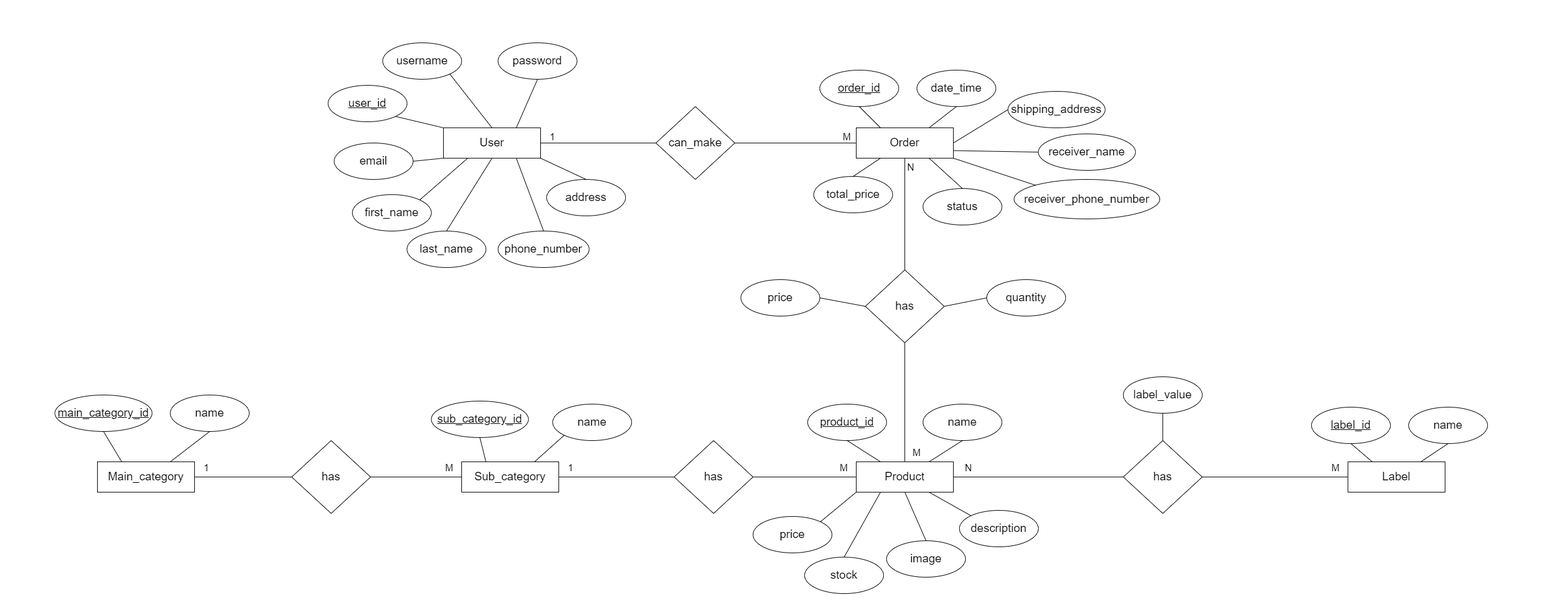
Before: Database Management/ER Diagram.png, a diagram exported from draw.io (Kasun-Abeywickrama/DEA-Project). Source tidied: cells renumbered, new cells last; positions are measured from the earlier drawing's top-left corner, leaving out a move shared by most shapes.
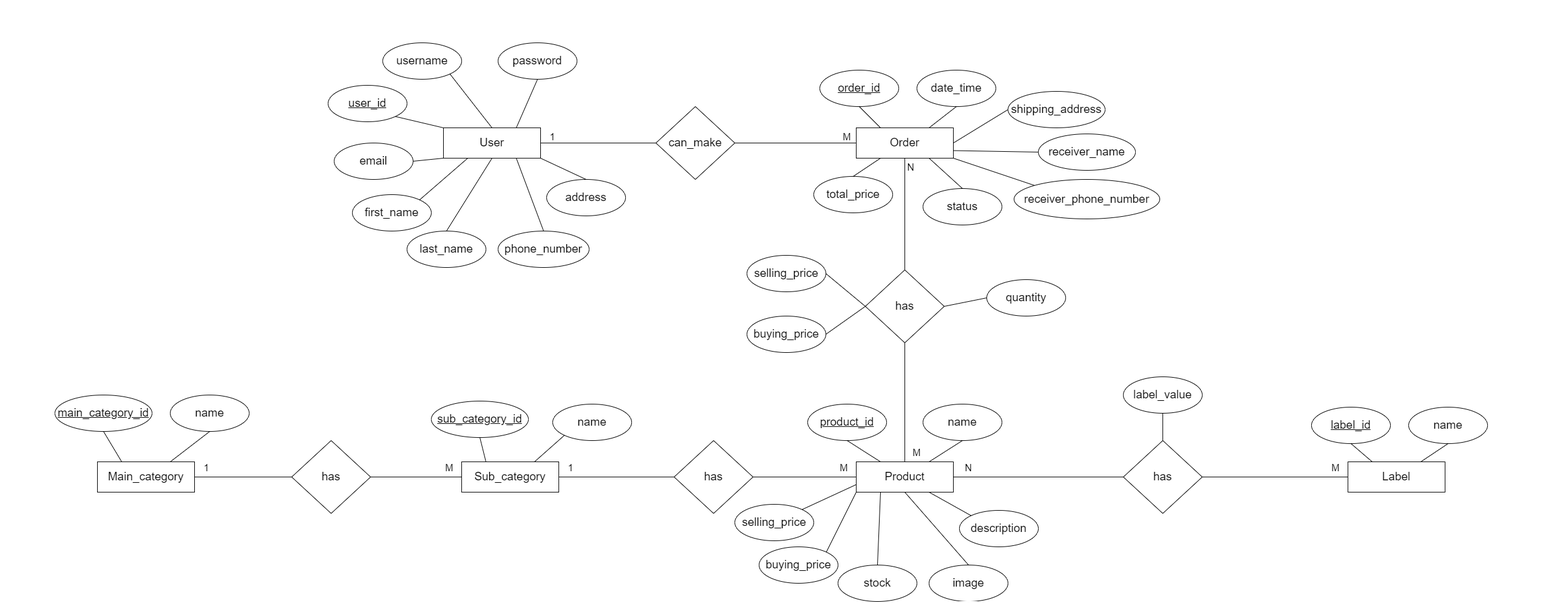
Later version of the same file.

Change to the diagram source:
```diff
@@ -149,8 +149,8 @@
     <mxCell id="50" style="endArrow=none;html=1;rounded=0;exitX=0.5;exitY=0;exitDx=0;exitDy=0;entryX=0.25;entryY=1;entryDx=0;entryDy=0;" parent="1" edge="1" source="43" target="6">
       <mxGeometry relative="1" as="geometry" />
     </mxCell>
-    <mxCell id="51" value="&lt;font style=&quot;font-size: 19px;&quot;&gt;price&lt;/font&gt;" style="ellipse;whiteSpace=wrap;html=1;" parent="1" vertex="1">
-      <mxGeometry x="1240" y="850" width="130" height="60" as="geometry" />
+    <mxCell id="51" value="&lt;font style=&quot;font-size: 19px;&quot;&gt;buying_price&lt;/font&gt;" style="ellipse;whiteSpace=wrap;html=1;" parent="1" vertex="1">
+      <mxGeometry x="1250" y="900" width="130" height="60" as="geometry" />
     </mxCell>
     <mxCell id="52" value="&lt;font style=&quot;font-size: 19px;&quot;&gt;description&lt;/font&gt;" style="ellipse;whiteSpace=wrap;html=1;" parent="1" vertex="1">
       <mxGeometry x="1580" y="840" width="130" height="60" as="geometry" />
@@ -162,7 +162,7 @@
       <mxGeometry x="1330" y="665" width="130" height="60" as="geometry" />
     </mxCell>
     <mxCell id="55" value="&lt;font style=&quot;font-size: 19px;&quot;&gt;image&lt;/font&gt;" style="ellipse;whiteSpace=wrap;html=1;" parent="1" vertex="1">
-      <mxGeometry x="1460" y="890" width="130" height="60" as="geometry" />
+      <mxGeometry x="1530" y="930" width="130" height="60" as="geometry" />
     </mxCell>
     <mxCell id="56" style="endArrow=none;html=1;rounded=0;entryX=0.5;entryY=1;entryDx=0;entryDy=0;exitX=0.5;exitY=0;exitDx=0;exitDy=0;" parent="1" edge="1" source="55" target="3">
       <mxGeometry relative="1" as="geometry" />
@@ -275,8 +275,8 @@
     <mxCell id="88" style="endArrow=none;html=1;rounded=0;exitX=1;exitY=0.5;exitDx=0;exitDy=0;entryX=0;entryY=0.5;entryDx=0;entryDy=0;" parent="1" edge="1" source="6" target="87">
       <mxGeometry relative="1" as="geometry" />
     </mxCell>
-    <mxCell id="89" value="&lt;font style=&quot;font-size: 19px;&quot;&gt;price&lt;/font&gt;" style="ellipse;whiteSpace=wrap;html=1;" parent="1" vertex="1">
-      <mxGeometry x="1220" y="460" width="130" height="60" as="geometry" />
+    <mxCell id="89" value="&lt;font style=&quot;font-size: 19px;&quot;&gt;buying_price&lt;/font&gt;" style="ellipse;whiteSpace=wrap;html=1;" parent="1" vertex="1">
+      <mxGeometry x="1230" y="520" width="130" height="60" as="geometry" />
     </mxCell>
     <mxCell id="90" style="endArrow=none;html=1;rounded=0;exitX=0;exitY=0.5;exitDx=0;exitDy=0;entryX=1;entryY=0.5;entryDx=0;entryDy=0;" parent="1" edge="1" source="17" target="89">
       <mxGeometry relative="1" as="geometry" />
@@ -294,10 +294,22 @@
       <mxGeometry relative="1" as="geometry" />
     </mxCell>
     <mxCell id="95" value="&lt;font style=&quot;font-size: 19px;&quot;&gt;stock&lt;/font&gt;" style="ellipse;whiteSpace=wrap;html=1;" parent="1" vertex="1">
-      <mxGeometry x="1325" y="917" width="130" height="60" as="geometry" />
+      <mxGeometry x="1380" y="930" width="130" height="60" as="geometry" />
     </mxCell>
     <mxCell id="96" style="endArrow=none;html=1;rounded=0;exitX=0.5;exitY=0;exitDx=0;exitDy=0;entryX=0.25;entryY=1;entryDx=0;entryDy=0;" parent="1" edge="1" source="95" target="3">
       <mxGeometry relative="1" as="geometry" />
     </mxCell>
+    <mxCell id="97" value="&lt;font style=&quot;font-size: 19px;&quot;&gt;selling_price&lt;/font&gt;" style="ellipse;whiteSpace=wrap;html=1;" parent="1" vertex="1">
+      <mxGeometry x="1230" y="420" width="130" height="60" as="geometry" />
+    </mxCell>
+    <mxCell id="98" style="endArrow=none;html=1;rounded=0;exitX=0;exitY=0.5;exitDx=0;exitDy=0;entryX=1;entryY=0.5;entryDx=0;entryDy=0;" parent="1" edge="1" source="17" target="97">
+      <mxGeometry relative="1" as="geometry" />
+    </mxCell>
+    <mxCell id="99" value="&lt;font style=&quot;font-size: 19px;&quot;&gt;selling_price&lt;/font&gt;" style="ellipse;whiteSpace=wrap;html=1;" parent="1" vertex="1">
+      <mxGeometry x="1210" y="830" width="130" height="60" as="geometry" />
+    </mxCell>
+    <mxCell id="100" style="endArrow=none;html=1;rounded=0;exitX=1;exitY=0;exitDx=0;exitDy=0;entryX=0;entryY=0.75;entryDx=0;entryDy=0;" parent="1" edge="1" source="99" target="3">
+      <mxGeometry relative="1" as="geometry" />
+    </mxCell>
   </root>
 </mxGraphModel>
```
